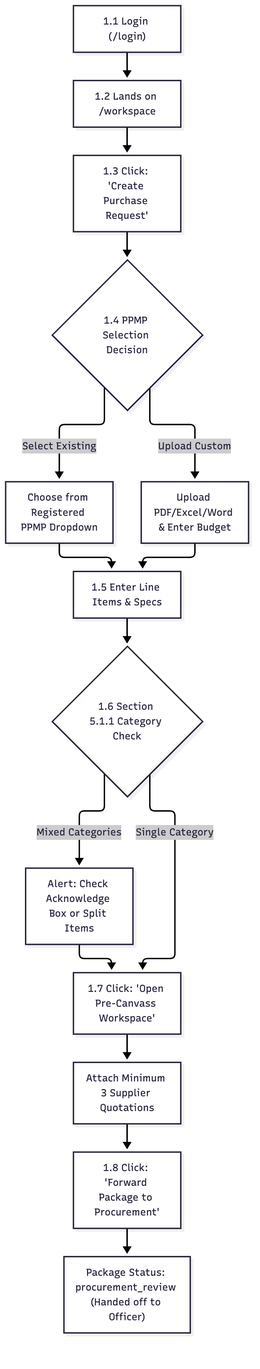
The Mermaid diagram docs/flowcharts/02_end_user_button_flow.png in CarloBoang/procurewise-1, before a commit. Its source is kept beside it as docs/flowcharts/02_end_user_button_flow.mmd. The source it was exported from:
```mermaid
flowchart TD
    L["1.1 Login (/login)"] --> W["1.2 Lands on /workspace"]
    W --> B1["1.3 Click: 'Create Purchase Request'"]
    B1 --> D1{"1.4 PPMP Selection Decision"}
    D1 -- "Select Existing" --> PPMP_SEL["Choose from Registered PPMP Dropdown"]
    D1 -- "Upload Custom" --> PPMP_UPL["Upload PDF/Excel/Word & Enter Budget"]
    PPMP_SEL --> ITM["1.5 Enter Line Items & Specs"]
    PPMP_UPL --> ITM
    ITM --> CLS{"1.6 Section 5.1.1 Category Check"}
    CLS -- "Mixed Categories" --> ACK["Alert: Check Acknowledge Box or Split Items"]
    CLS -- "Single Category" --> QUO["1.7 Click: 'Open Pre-Canvass Workspace'"]
    ACK --> QUO
    QUO --> Q3["Attach Minimum 3 Supplier Quotations"]
    Q3 --> B2["1.8 Click: 'Forward Package to Procurement'"]
    B2 --> H1["Package Status: procurement_review (Handed off to Officer)"]
```
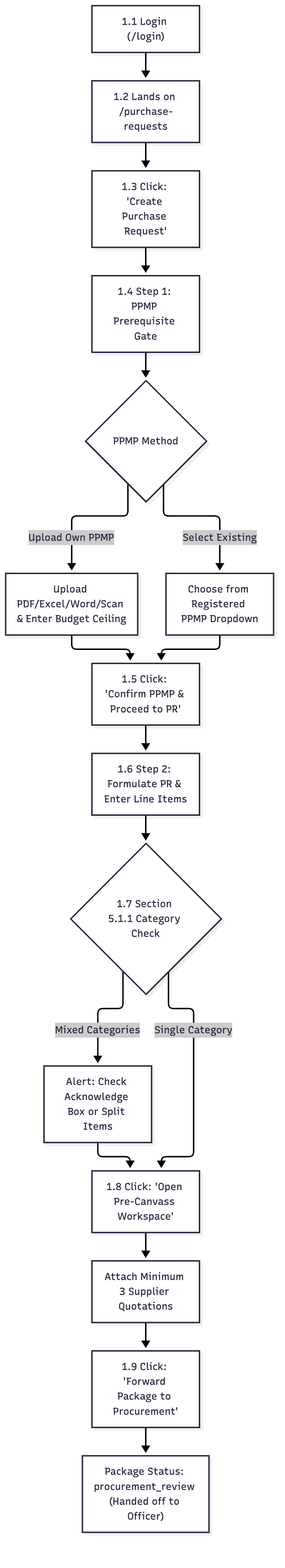
Later version of the same file.

Change to the diagram source:
```diff
@@ -1,15 +1,17 @@
 flowchart TD
-    L["1.1 Login (/login)"] --> W["1.2 Lands on /workspace"]
+    L["1.1 Login (/login)"] --> W["1.2 Lands on /purchase-requests"]
     W --> B1["1.3 Click: 'Create Purchase Request'"]
-    B1 --> D1{"1.4 PPMP Selection Decision"}
+    B1 --> S1["1.4 Step 1: PPMP Prerequisite Gate"]
+    S1 --> D1{"PPMP Method"}
+    D1 -- "Upload Own PPMP" --> PPMP_UPL["Upload PDF/Excel/Word/Scan & Enter Budget Ceiling"]
     D1 -- "Select Existing" --> PPMP_SEL["Choose from Registered PPMP Dropdown"]
-    D1 -- "Upload Custom" --> PPMP_UPL["Upload PDF/Excel/Word & Enter Budget"]
-    PPMP_SEL --> ITM["1.5 Enter Line Items & Specs"]
-    PPMP_UPL --> ITM
-    ITM --> CLS{"1.6 Section 5.1.1 Category Check"}
+    PPMP_UPL --> CONF["1.5 Click: 'Confirm PPMP & Proceed to PR'"]
+    PPMP_SEL --> CONF
+    CONF --> S2["1.6 Step 2: Formulate PR & Enter Line Items"]
+    S2 --> CLS{"1.7 Section 5.1.1 Category Check"}
     CLS -- "Mixed Categories" --> ACK["Alert: Check Acknowledge Box or Split Items"]
-    CLS -- "Single Category" --> QUO["1.7 Click: 'Open Pre-Canvass Workspace'"]
+    CLS -- "Single Category" --> QUO["1.8 Click: 'Open Pre-Canvass Workspace'"]
     ACK --> QUO
     QUO --> Q3["Attach Minimum 3 Supplier Quotations"]
-    Q3 --> B2["1.8 Click: 'Forward Package to Procurement'"]
+    Q3 --> B2["1.9 Click: 'Forward Package to Procurement'"]
     B2 --> H1["Package Status: procurement_review (Handed off to Officer)"]
```
